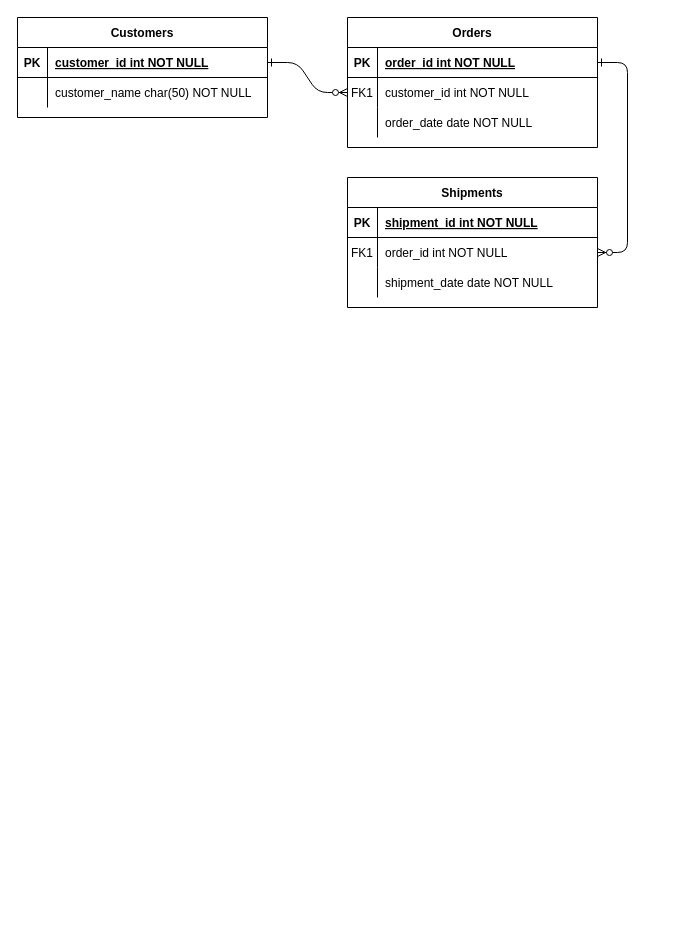
Earlier version of the draw.io diagram Untitled Diagram.drawio (dhanujadhav1/week5-day1-lab1-ER-Diagram). Source tidied: cells renumbered, new cells numbered last; positions are measured from the earlier drawing's top-left corner, leaving out a move shared by most shapes. Both pictures are drawn from the tidied source at 100%, with x=0, y=0 at pixel (17, 17).
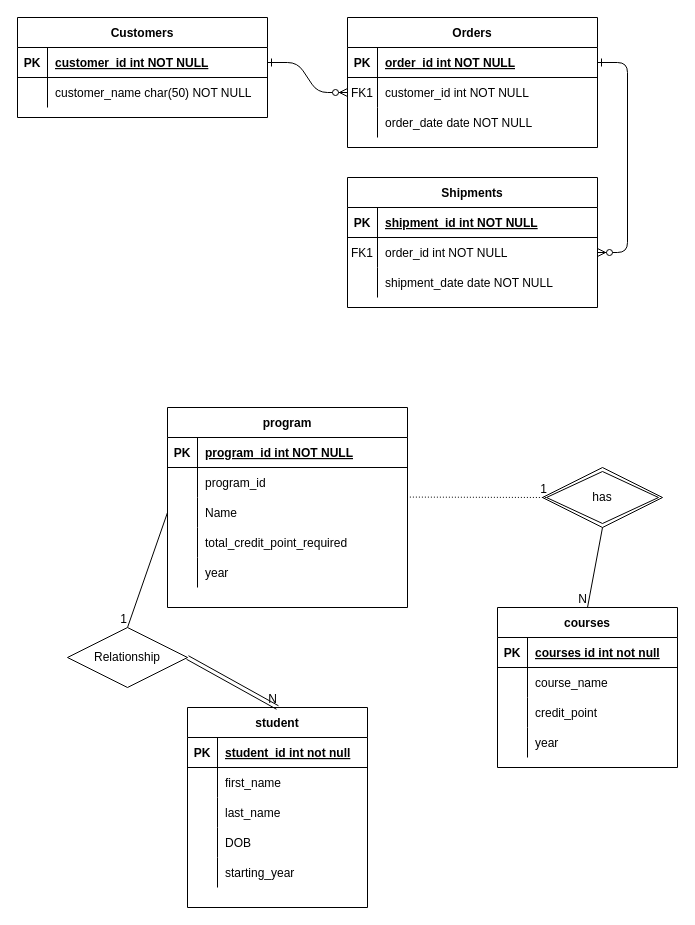
After the change.

Diff of the diagram source:
```diff
@@
+    <mxCell id="31" value="program" style="shape=table;startSize=30;childLayout=tableLayout;rowLines=0;fontStyle=1;align=center;" parent="1" vertex="1">
+      <mxGeometry x="150" y="390" width="240" height="200" as="geometry" />
+    </mxCell>
+    <mxCell id="32" style="shape=partialRectangle;fillColor=none;top=0;left=0;bottom=1;right=0;" parent="31" vertex="1">
+      <mxGeometry y="30" width="240" height="30" as="geometry" />
+    </mxCell>
+    <mxCell id="33" value="PK" style="shape=partialRectangle;fillColor=none;top=0;left=0;bottom=0;right=0;fontStyle=1;overflow=hidden;" parent="32" vertex="1">
+      <mxGeometry width="30" height="30" as="geometry" />
+    </mxCell>
+    <mxCell id="34" value="program_id int NOT NULL" style="shape=partialRectangle;fillColor=none;top=0;left=0;bottom=0;right=0;align=left;spacingLeft=6;fontStyle=5;overflow=hidden;" parent="32" vertex="1">
+      <mxGeometry x="30" width="210" height="30" as="geometry" />
+    </mxCell>
+    <mxCell id="35" style="shape=partialRectangle;fillColor=none;top=0;left=0;bottom=0;right=0;" parent="31" vertex="1">
+      <mxGeometry y="60" width="240" height="30" as="geometry" />
+    </mxCell>
+    <mxCell id="36" style="shape=partialRectangle;fillColor=none;top=0;left=0;bottom=0;right=0;overflow=hidden;" parent="35" vertex="1">
+      <mxGeometry width="30" height="30" as="geometry" />
+    </mxCell>
+    <mxCell id="37" value="program_id" style="shape=partialRectangle;fillColor=none;top=0;left=0;bottom=0;right=0;align=left;spacingLeft=6;overflow=hidden;" parent="35" vertex="1">
+      <mxGeometry x="30" width="210" height="30" as="geometry" />
+    </mxCell>
+    <mxCell id="38" style="shape=partialRectangle;fillColor=none;top=0;left=0;bottom=0;right=0;points=[[0,0.5],[1,0.5]];portConstraint=eastwest;" parent="31" vertex="1">
+      <mxGeometry y="90" width="240" height="30" as="geometry" />
+    </mxCell>
+    <mxCell id="39" style="shape=partialRectangle;fillColor=none;top=0;left=0;bottom=0;right=0;overflow=hidden;" parent="38" vertex="1">
+      <mxGeometry width="30" height="30" as="geometry" />
+    </mxCell>
+    <mxCell id="40" value="Name" style="shape=partialRectangle;fillColor=none;top=0;left=0;bottom=0;right=0;align=left;spacingLeft=6;overflow=hidden;" parent="38" vertex="1">
+      <mxGeometry x="30" width="210" height="30" as="geometry" />
+    </mxCell>
+    <mxCell id="41" style="shape=partialRectangle;fillColor=none;top=0;left=0;bottom=0;right=0;" parent="31" vertex="1">
+      <mxGeometry y="120" width="240" height="30" as="geometry" />
+    </mxCell>
+    <mxCell id="42" style="shape=partialRectangle;fillColor=none;top=0;left=0;bottom=0;right=0;overflow=hidden;" parent="41" vertex="1">
+      <mxGeometry width="30" height="30" as="geometry" />
+    </mxCell>
+    <mxCell id="43" value="total_credit_point_required" style="shape=partialRectangle;fillColor=none;top=0;left=0;bottom=0;right=0;align=left;spacingLeft=6;overflow=hidden;" parent="41" vertex="1">
+      <mxGeometry x="30" width="210" height="30" as="geometry" />
+    </mxCell>
+    <mxCell id="44" style="shape=partialRectangle;fillColor=none;top=0;left=0;bottom=0;right=0;" parent="31" vertex="1">
+      <mxGeometry y="150" width="240" height="30" as="geometry" />
+    </mxCell>
+    <mxCell id="45" style="shape=partialRectangle;fillColor=none;top=0;left=0;bottom=0;right=0;overflow=hidden;" parent="44" vertex="1">
+      <mxGeometry width="30" height="30" as="geometry" />
+    </mxCell>
+    <mxCell id="46" value="year" style="shape=partialRectangle;fillColor=none;top=0;left=0;bottom=0;right=0;align=left;spacingLeft=6;overflow=hidden;" parent="44" vertex="1">
+      <mxGeometry x="30" width="210" height="30" as="geometry" />
+    </mxCell>
+    <mxCell id="47" value="student" style="shape=table;startSize=30;childLayout=tableLayout;rowLines=0;fontStyle=1;align=center;" parent="1" vertex="1">
+      <mxGeometry x="170" y="690" width="180" height="200" as="geometry" />
+    </mxCell>
+    <mxCell id="48" style="shape=partialRectangle;fillColor=none;top=0;left=0;bottom=1;right=0;" parent="47" vertex="1">
+      <mxGeometry y="30" width="180" height="30" as="geometry" />
+    </mxCell>
+    <mxCell id="49" value="PK" style="shape=partialRectangle;fillColor=none;top=0;left=0;bottom=0;right=0;fontStyle=1;overflow=hidden;" parent="48" vertex="1">
+      <mxGeometry width="30" height="30" as="geometry" />
+    </mxCell>
+    <mxCell id="50" value="student_id int not null" style="shape=partialRectangle;fillColor=none;top=0;left=0;bottom=0;right=0;align=left;spacingLeft=6;fontStyle=5;overflow=hidden;" parent="48" vertex="1">
+      <mxGeometry x="30" width="150" height="30" as="geometry" />
+    </mxCell>
+    <mxCell id="51" style="shape=partialRectangle;fillColor=none;top=0;left=0;bottom=0;right=0;" parent="47" vertex="1">
+      <mxGeometry y="60" width="180" height="30" as="geometry" />
+    </mxCell>
+    <mxCell id="52" style="shape=partialRectangle;fillColor=none;top=0;left=0;bottom=0;right=0;overflow=hidden;" parent="51" vertex="1">
+      <mxGeometry width="30" height="30" as="geometry" />
+    </mxCell>
+    <mxCell id="53" value="first_name" style="shape=partialRectangle;fillColor=none;top=0;left=0;bottom=0;right=0;align=left;spacingLeft=6;overflow=hidden;" parent="51" vertex="1">
+      <mxGeometry x="30" width="150" height="30" as="geometry" />
+    </mxCell>
+    <mxCell id="54" style="shape=partialRectangle;fillColor=none;top=0;left=0;bottom=0;right=0;" parent="47" vertex="1">
+      <mxGeometry y="90" width="180" height="30" as="geometry" />
+    </mxCell>
+    <mxCell id="55" style="shape=partialRectangle;fillColor=none;top=0;left=0;bottom=0;right=0;overflow=hidden;" parent="54" vertex="1">
+      <mxGeometry width="30" height="30" as="geometry" />
+    </mxCell>
+    <mxCell id="56" value="last_name" style="shape=partialRectangle;fillColor=none;top=0;left=0;bottom=0;right=0;align=left;spacingLeft=6;overflow=hidden;" parent="54" vertex="1">
+      <mxGeometry x="30" width="150" height="30" as="geometry" />
+    </mxCell>
+    <mxCell id="57" style="shape=partialRectangle;fillColor=none;top=0;left=0;bottom=0;right=0;" parent="47" vertex="1">
+      <mxGeometry y="120" width="180" height="30" as="geometry" />
+    </mxCell>
+    <mxCell id="58" style="shape=partialRectangle;fillColor=none;top=0;left=0;bottom=0;right=0;overflow=hidden;" parent="57" vertex="1">
+      <mxGeometry width="30" height="30" as="geometry" />
+    </mxCell>
+    <mxCell id="59" value="DOB" style="shape=partialRectangle;fillColor=none;top=0;left=0;bottom=0;right=0;align=left;spacingLeft=6;overflow=hidden;" parent="57" vertex="1">
+      <mxGeometry x="30" width="150" height="30" as="geometry" />
+    </mxCell>
+    <mxCell id="60" style="shape=partialRectangle;fillColor=none;top=0;left=0;bottom=0;right=0;" parent="47" vertex="1">
+      <mxGeometry y="150" width="180" height="30" as="geometry" />
+    </mxCell>
+    <mxCell id="61" style="shape=partialRectangle;fillColor=none;top=0;left=0;bottom=0;right=0;overflow=hidden;" parent="60" vertex="1">
+      <mxGeometry width="30" height="30" as="geometry" />
+    </mxCell>
+    <mxCell id="62" value="starting_year" style="shape=partialRectangle;fillColor=none;top=0;left=0;bottom=0;right=0;align=left;spacingLeft=6;overflow=hidden;" parent="60" vertex="1">
+      <mxGeometry x="30" width="150" height="30" as="geometry" />
+    </mxCell>
+    <mxCell id="63" value="courses" style="shape=table;startSize=30;childLayout=tableLayout;rowLines=0;fontStyle=1;align=center;" parent="1" vertex="1">
+      <mxGeometry x="480" y="590" width="180" height="160" as="geometry" />
+    </mxCell>
+    <mxCell id="64" style="shape=partialRectangle;fillColor=none;top=0;left=0;bottom=1;right=0;" parent="63" vertex="1">
+      <mxGeometry y="30" width="180" height="30" as="geometry" />
+    </mxCell>
+    <mxCell id="65" value="PK" style="shape=partialRectangle;fillColor=none;top=0;left=0;bottom=0;right=0;fontStyle=1;overflow=hidden;" parent="64" vertex="1">
+      <mxGeometry width="30" height="30" as="geometry" />
+    </mxCell>
+    <mxCell id="66" value="courses id int not null" style="shape=partialRectangle;fillColor=none;top=0;left=0;bottom=0;right=0;align=left;spacingLeft=6;fontStyle=5;overflow=hidden;" parent="64" vertex="1">
+      <mxGeometry x="30" width="150" height="30" as="geometry" />
+    </mxCell>
+    <mxCell id="67" style="shape=partialRectangle;fillColor=none;top=0;left=0;bottom=0;right=0;" parent="63" vertex="1">
+      <mxGeometry y="60" width="180" height="30" as="geometry" />
+    </mxCell>
+    <mxCell id="68" style="shape=partialRectangle;fillColor=none;top=0;left=0;bottom=0;right=0;overflow=hidden;" parent="67" vertex="1">
+      <mxGeometry width="30" height="30" as="geometry" />
+    </mxCell>
+    <mxCell id="69" value="course_name" style="shape=partialRectangle;fillColor=none;top=0;left=0;bottom=0;right=0;align=left;spacingLeft=6;overflow=hidden;" parent="67" vertex="1">
+      <mxGeometry x="30" width="150" height="30" as="geometry" />
+    </mxCell>
+    <mxCell id="70" style="shape=partialRectangle;fillColor=none;top=0;left=0;bottom=0;right=0;" parent="63" vertex="1">
+      <mxGeometry y="90" width="180" height="30" as="geometry" />
+    </mxCell>
+    <mxCell id="71" style="shape=partialRectangle;fillColor=none;top=0;left=0;bottom=0;right=0;overflow=hidden;" parent="70" vertex="1">
+      <mxGeometry width="30" height="30" as="geometry" />
+    </mxCell>
+    <mxCell id="72" value="credit_point" style="shape=partialRectangle;fillColor=none;top=0;left=0;bottom=0;right=0;align=left;spacingLeft=6;overflow=hidden;" parent="70" vertex="1">
+      <mxGeometry x="30" width="150" height="30" as="geometry" />
+    </mxCell>
+    <mxCell id="73" style="shape=partialRectangle;fillColor=none;top=0;left=0;bottom=0;right=0;" parent="63" vertex="1">
+      <mxGeometry y="120" width="180" height="30" as="geometry" />
+    </mxCell>
+    <mxCell id="74" style="shape=partialRectangle;fillColor=none;top=0;left=0;bottom=0;right=0;overflow=hidden;" parent="73" vertex="1">
+      <mxGeometry width="30" height="30" as="geometry" />
+    </mxCell>
+    <mxCell id="75" value="year" style="shape=partialRectangle;fillColor=none;top=0;left=0;bottom=0;right=0;align=left;spacingLeft=6;overflow=hidden;" parent="73" vertex="1">
+      <mxGeometry x="30" width="150" height="30" as="geometry" />
+    </mxCell>
+    <mxCell id="76" value="has" style="shape=rhombus;double=1;perimeter=rhombusPerimeter;whiteSpace=wrap;html=1;align=center;" parent="1" vertex="1">
+      <mxGeometry x="525" y="450" width="120" height="60" as="geometry" />
+    </mxCell>
+    <mxCell id="77" style="endArrow=none;html=1;rounded=0;dashed=1;dashPattern=1 2;exitX=1.01;exitY=-0.014;exitDx=0;exitDy=0;exitPerimeter=0;" parent="1" edge="1" source="38">
+      <mxGeometry relative="1" as="geometry">
+        <mxPoint x="530" y="480" as="targetPoint" />
+      </mxGeometry>
+    </mxCell>
+    <mxCell id="78" value="1" style="html=1;align=right;verticalAlign=bottom;" parent="77" vertex="1">
+      <mxGeometry x="1" relative="1" as="geometry" />
+    </mxCell>
+    <mxCell id="79" style="endArrow=none;html=1;rounded=0;entryX=0.5;entryY=0;entryDx=0;entryDy=0;exitX=0.5;exitY=1;exitDx=0;exitDy=0;" parent="1" edge="1" source="76" target="63">
+      <mxGeometry relative="1" as="geometry" />
+    </mxCell>
+    <mxCell id="80" value="N" style="html=1;align=right;verticalAlign=bottom;" parent="79" vertex="1">
+      <mxGeometry x="1" relative="1" as="geometry" />
+    </mxCell>
+    <mxCell id="81" style="endArrow=none;html=1;rounded=0;exitX=0;exitY=0.5;exitDx=0;exitDy=0;entryX=0.5;entryY=0;entryDx=0;entryDy=0;" parent="1" edge="1" source="38" target="83">
+      <mxGeometry relative="1" as="geometry" />
+    </mxCell>
+    <mxCell id="82" value="1" style="html=1;align=right;verticalAlign=bottom;" parent="81" vertex="1">
+      <mxGeometry x="1" relative="1" as="geometry" />
+    </mxCell>
+    <mxCell id="83" value="Relationship" style="shape=rhombus;perimeter=rhombusPerimeter;whiteSpace=wrap;html=1;align=center;" parent="1" vertex="1">
+      <mxGeometry x="50" y="610" width="120" height="60" as="geometry" />
+    </mxCell>
+    <mxCell id="84" style="shape=link;html=1;rounded=0;entryX=0.5;entryY=0;entryDx=0;entryDy=0;" parent="1" edge="1" target="47">
+      <mxGeometry relative="1" as="geometry">
+        <mxPoint x="170" y="640" as="sourcePoint" />
+      </mxGeometry>
+    </mxCell>
+    <mxCell id="85" value="N" style="html=1;align=right;verticalAlign=bottom;" parent="84" vertex="1">
+      <mxGeometry x="1" relative="1" as="geometry" />
+    </mxCell>
```
